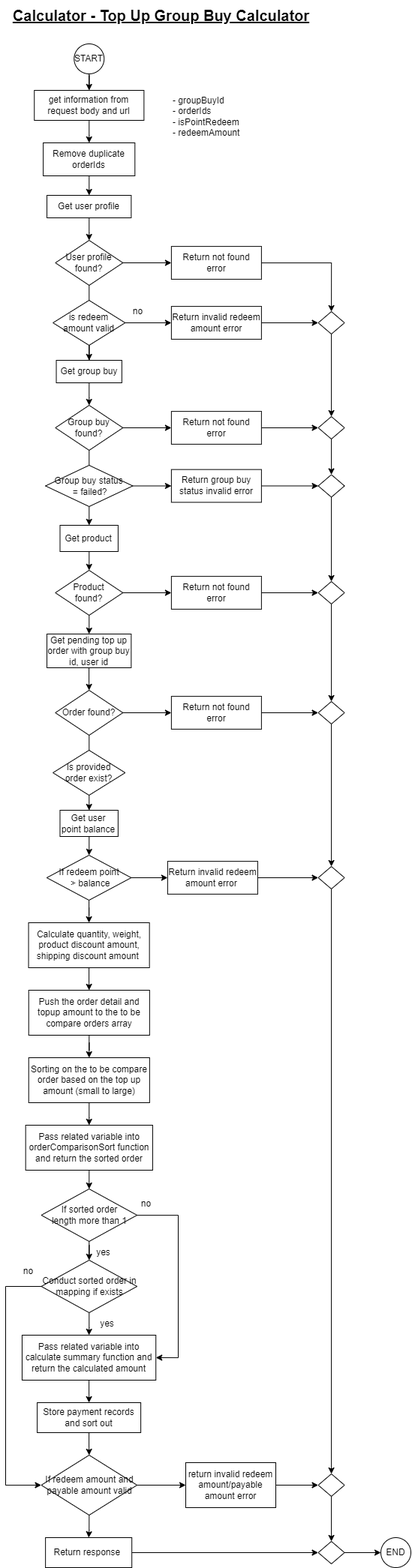
Above: excite-service/images/8excite-excite-service - Top Up Group Buy Calculator.drawio.png in eryanyao/8excite-transition-main (draw.io), before the change. Source tidied: cells renumbered, new cells last; positions are measured from the earlier drawing's top-left corner, leaving out a move shared by most shapes.
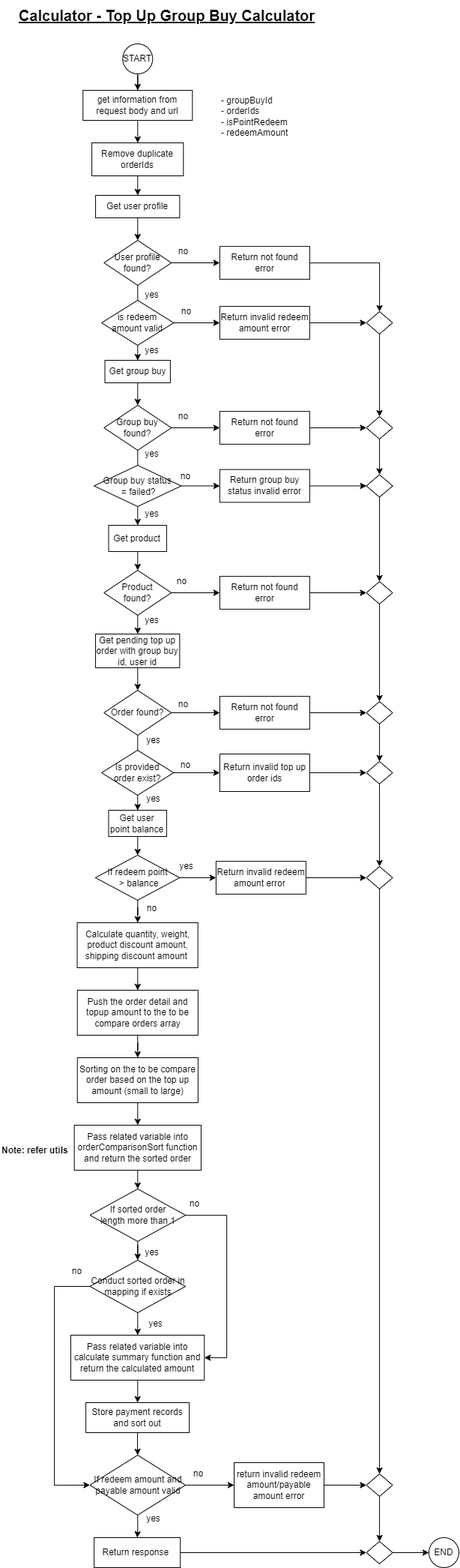
The same diagram one commit later.

Commit message:
Updated: group buy top up, etc.

What changed in the source:
```diff
@@ -3,7 +3,7 @@
     <mxCell id="0" />
     <mxCell id="1" parent="0" />
     <mxCell id="2" value="Calculator - Top Up Group Buy Calculator" style="text;html=1;align=center;verticalAlign=middle;strokeColor=none;fillColor=none;fontStyle=5;fontSize=20;" parent="1" vertex="1">
-      <mxGeometry x="-0.4" width="420" height="40" as="geometry" />
+      <mxGeometry x="-57" width="420" height="40" as="geometry" />
     </mxCell>
     <mxCell id="3" style="edgeStyle=orthogonalEdgeStyle;rounded=0;jettySize=auto;html=1;" parent="1" edge="1" source="4" target="8">
       <mxGeometry relative="1" as="geometry" />
@@ -110,6 +110,9 @@
     <mxCell id="37" style="edgeStyle=orthogonalEdgeStyle;rounded=0;jettySize=auto;html=1;" parent="1" edge="1" source="38" target="40">
       <mxGeometry relative="1" as="geometry" />
     </mxCell>
+    <mxCell id="104" style="edgeStyle=orthogonalEdgeStyle;rounded=0;jettySize=auto;html=1;" parent="1" edge="1" source="38" target="119">
+      <mxGeometry relative="1" as="geometry" />
+    </mxCell>
     <mxCell id="38" value="Is provided &lt;br&gt;order exist?" style="rhombus;whiteSpace=wrap;html=1;labelBackgroundColor=none;labelBorderColor=none;fontColor=default;" parent="1" vertex="1">
       <mxGeometry x="66" y="1000" width="96.2" height="60" as="geometry" />
     </mxCell>
@@ -282,9 +285,9 @@
     <mxCell id="91" style="rhombus;whiteSpace=wrap;html=1;rounded=0;" parent="1" vertex="1">
       <mxGeometry x="419.6" y="775" width="35" height="30" as="geometry" />
     </mxCell>
-    <mxCell id="92" style="edgeStyle=orthogonalEdgeStyle;rounded=0;jettySize=auto;html=1;entryX=0.5;entryY=0;entryDx=0;entryDy=0;" parent="1" edge="1" source="93" target="95">
-      <mxGeometry relative="1" as="geometry" />
-    </mxCell>
+    <mxCell id="105" style="edgeStyle=orthogonalEdgeStyle;rounded=0;jettySize=auto;html=1;" parent="1" edge="1" source="93" target="122">
+      <mxGeometry relative="1" as="geometry" />
+    </mxCell>
     <mxCell id="93" style="rhombus;whiteSpace=wrap;html=1;rounded=0;" parent="1" vertex="1">
       <mxGeometry x="419.6" y="935" width="35" height="30" as="geometry" />
     </mxCell>
@@ -318,5 +321,71 @@
     <mxCell id="103" style="rhombus;whiteSpace=wrap;html=1;rounded=0;" parent="1" vertex="1">
       <mxGeometry x="419.6" y="2055" width="35" height="30" as="geometry" />
     </mxCell>
+    <mxCell id="106" value="no" style="text;html=1;align=center;verticalAlign=middle;strokeColor=none;fillColor=none;" parent="1" vertex="1">
+      <mxGeometry x="154.7" y="320" width="40" height="30" as="geometry" />
+    </mxCell>
+    <mxCell id="107" value="no" style="text;html=1;align=center;verticalAlign=middle;strokeColor=none;fillColor=none;" parent="1" vertex="1">
+      <mxGeometry x="154.9" y="540" width="40" height="30" as="geometry" />
+    </mxCell>
+    <mxCell id="108" value="no" style="text;html=1;align=center;verticalAlign=middle;strokeColor=none;fillColor=none;" parent="1" vertex="1">
+      <mxGeometry x="157.9" y="620" width="40" height="30" as="geometry" />
+    </mxCell>
+    <mxCell id="109" value="yes" style="text;html=1;align=center;verticalAlign=middle;strokeColor=none;fillColor=none;" parent="1" vertex="1">
+      <mxGeometry x="112.9" y="378.1" width="40" height="30" as="geometry" />
+    </mxCell>
+    <mxCell id="110" value="yes" style="text;html=1;align=center;verticalAlign=middle;strokeColor=none;fillColor=none;" parent="1" vertex="1">
+      <mxGeometry x="112.9" y="451.9" width="40" height="30" as="geometry" />
+    </mxCell>
+    <mxCell id="111" value="yes" style="text;html=1;align=center;verticalAlign=middle;strokeColor=none;fillColor=none;" parent="1" vertex="1">
+      <mxGeometry x="112.9" y="590" width="40" height="30" as="geometry" />
+    </mxCell>
+    <mxCell id="112" value="yes" style="text;html=1;align=center;verticalAlign=middle;strokeColor=none;fillColor=none;" parent="1" vertex="1">
+      <mxGeometry x="112.9" y="670" width="40" height="30" as="geometry" />
+    </mxCell>
+    <mxCell id="113" value="yes" style="text;html=1;align=center;verticalAlign=middle;strokeColor=none;fillColor=none;" parent="1" vertex="1">
+      <mxGeometry x="112.9" y="811.9" width="40" height="30" as="geometry" />
+    </mxCell>
+    <mxCell id="114" value="no" style="text;html=1;align=center;verticalAlign=middle;strokeColor=none;fillColor=none;" parent="1" vertex="1">
+      <mxGeometry x="152.9" y="760" width="40" height="30" as="geometry" />
+    </mxCell>
+    <mxCell id="115" value="yes" style="text;html=1;align=center;verticalAlign=middle;strokeColor=none;fillColor=none;" parent="1" vertex="1">
+      <mxGeometry x="114.9" y="971.9" width="40" height="30" as="geometry" />
+    </mxCell>
+    <mxCell id="116" value="no" style="text;html=1;align=center;verticalAlign=middle;strokeColor=none;fillColor=none;" parent="1" vertex="1">
+      <mxGeometry x="154.7" y="924" width="40" height="30" as="geometry" />
+    </mxCell>
+    <mxCell id="117" value="yes" style="text;html=1;align=center;verticalAlign=middle;strokeColor=none;fillColor=none;" parent="1" vertex="1">
+      <mxGeometry x="114.7" y="1050" width="40" height="30" as="geometry" />
+    </mxCell>
+    <mxCell id="118" style="edgeStyle=orthogonalEdgeStyle;rounded=0;jettySize=auto;html=1;entryX=0;entryY=0.5;entryDx=0;entryDy=0;" parent="1" edge="1" source="119" target="122">
+      <mxGeometry relative="1" as="geometry" />
+    </mxCell>
+    <mxCell id="119" value="Return invalid top up order ids" style="whiteSpace=wrap;html=1;labelBackgroundColor=none;labelBorderColor=none;" parent="1" vertex="1">
+      <mxGeometry x="223.9" y="1005" width="120" height="50" as="geometry" />
+    </mxCell>
+    <mxCell id="120" value="no" style="text;html=1;align=center;verticalAlign=middle;strokeColor=none;fillColor=none;" parent="1" vertex="1">
+      <mxGeometry x="157.9" y="1005" width="40" height="30" as="geometry" />
+    </mxCell>
+    <mxCell id="121" style="edgeStyle=orthogonalEdgeStyle;rounded=0;jettySize=auto;html=1;entryX=0.5;entryY=0;entryDx=0;entryDy=0;" parent="1" edge="1" source="122" target="95">
+      <mxGeometry relative="1" as="geometry" />
+    </mxCell>
+    <mxCell id="122" style="rhombus;whiteSpace=wrap;html=1;rounded=0;" parent="1" vertex="1">
+      <mxGeometry x="419.6" y="1015" width="35" height="30" as="geometry" />
+    </mxCell>
+    <mxCell id="123" value="yes" style="text;html=1;align=center;verticalAlign=middle;strokeColor=none;fillColor=none;" parent="1" vertex="1">
+      <mxGeometry x="158.9" y="1140" width="40" height="30" as="geometry" />
+    </mxCell>
+    <mxCell id="124" value="no" style="text;html=1;align=center;verticalAlign=middle;strokeColor=none;fillColor=none;" parent="1" vertex="1">
+      <mxGeometry x="112.7" y="1196" width="40" height="30" as="geometry" />
+    </mxCell>
+    <mxCell id="125" value="yes" style="text;html=1;align=center;verticalAlign=middle;strokeColor=none;fillColor=none;" parent="1" vertex="1">
+      <mxGeometry x="114.7" y="2010" width="40" height="30" as="geometry" />
+    </mxCell>
+    <mxCell id="126" value="no" style="text;html=1;align=center;verticalAlign=middle;strokeColor=none;fillColor=none;" parent="1" vertex="1">
+      <mxGeometry x="175.3" y="1950" width="40" height="30" as="geometry" />
+    </mxCell>
+    <mxCell id="127" value="&lt;b style=&quot;border-color: var(--border-color); color: rgb(0, 0, 0); font-family: Helvetica; font-size: 12px; font-style: normal; font-variant-ligatures: normal; font-variant-caps: normal; letter-spacing: normal; orphans: 2; text-align: center; text-indent: 0px; text-transform: none; widows: 2; word-spacing: 0px; -webkit-text-stroke-width: 0px; background-color: rgb(251, 251, 251); text-decoration-thickness: initial; text-decoration-style: initial; text-decoration-color: initial;&quot;&gt;Note: refer utils&lt;/b&gt;" style="text;whiteSpace=wrap;html=1;" parent="1" vertex="1">
+      <mxGeometry x="-69.5" y="1520" width="120" height="40" as="geometry" />
+    </mxCell>
   </root>
 </mxGraphModel>
```
